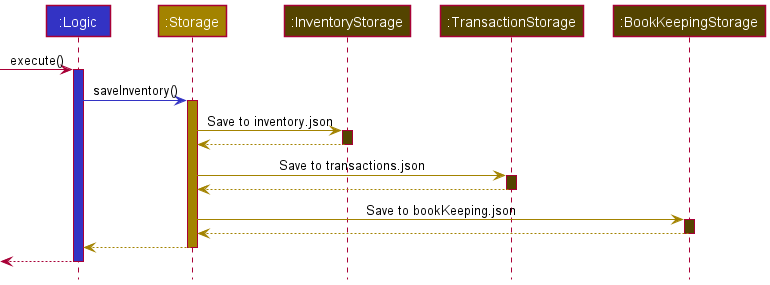
Earlier version of the PlantUML export docs/images/TransactOrderSequenceDiagram.png (nus-cs2103-AY2122S1/tp).
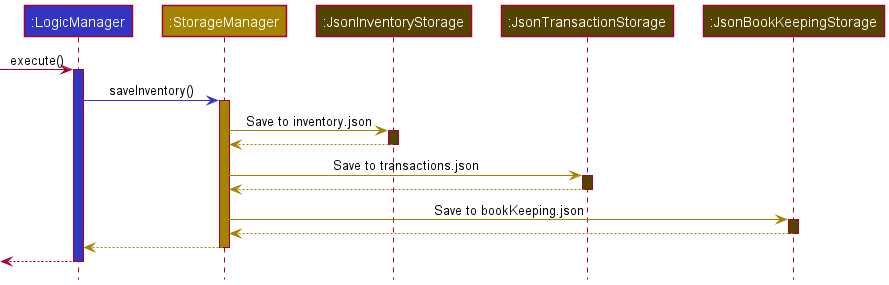
The same diagram one commit later.

Change to the diagram source:
```diff
@@ -2,11 +2,11 @@
 !include style.puml
 
 
-Participant ":Logic" as logic LOGIC_COLOR
-Participant ":Storage" as storage STORAGE_COLOR
-Participant ":InventoryStorage" as inventoryStorage STORAGE_COLOR_T2
-Participant ":TransactionStorage" as transactionStorage STORAGE_COLOR_T2
-Participant ":BookKeepingStorage" as bookKeepingStorage STORAGE_COLOR_T2
+Participant ":LogicManager" as logic LOGIC_COLOR
+Participant ":StorageManager" as storage STORAGE_COLOR
+Participant ":JsonInventoryStorage" as inventoryStorage STORAGE_COLOR_T2
+Participant ":JsonTransactionStorage" as transactionStorage STORAGE_COLOR_T2
+Participant ":JsonBookKeepingStorage" as bookKeepingStorage STORAGE_COLOR_T2
 
 -> logic :execute()
 activate logic LOGIC_COLOR
```
